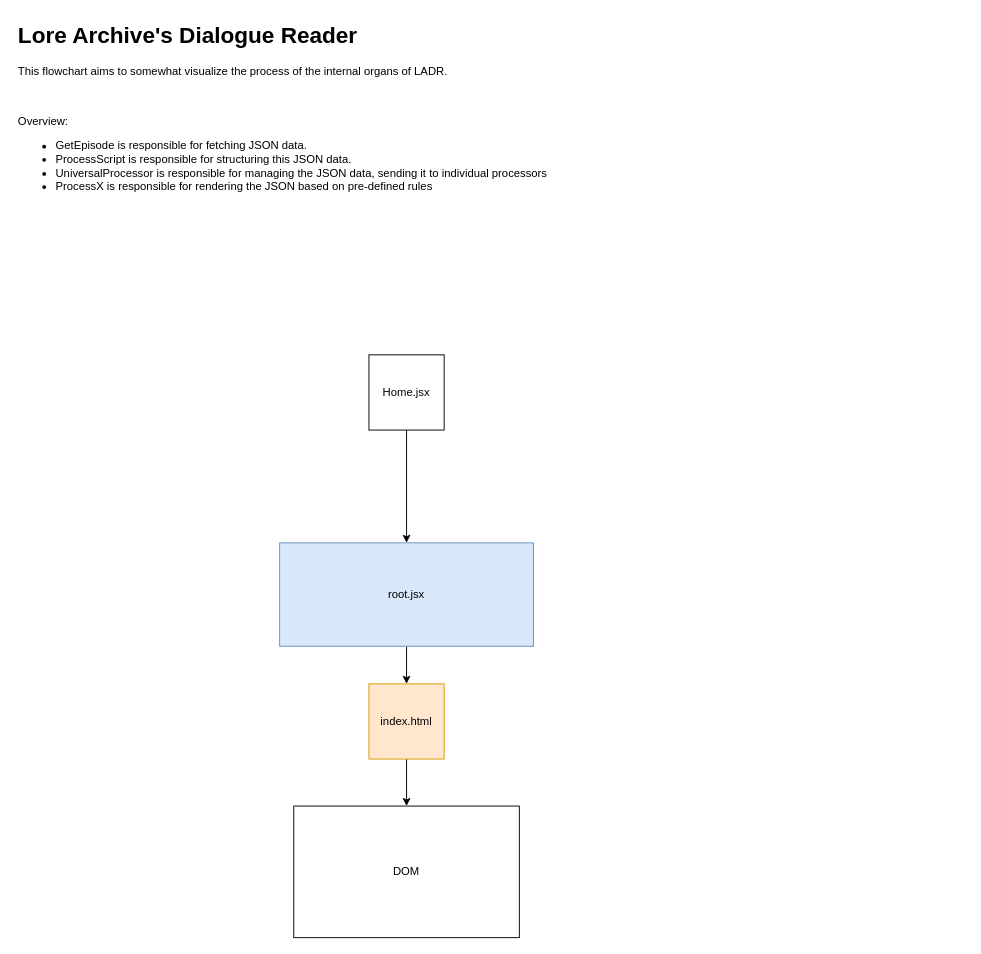
Above: ladr.drawio in Cirrow/ladr (draw.io), before the change. Source tidied: cells renumbered, new cells numbered last; positions are measured from the earlier drawing's top-left corner, leaving out a move shared by most shapes. Both pictures are drawn from the tidied source at 94%, with x=0, y=0 at pixel (16, 16). Pictures stored in the file or linked from it are replaced by grey dashed boxes.
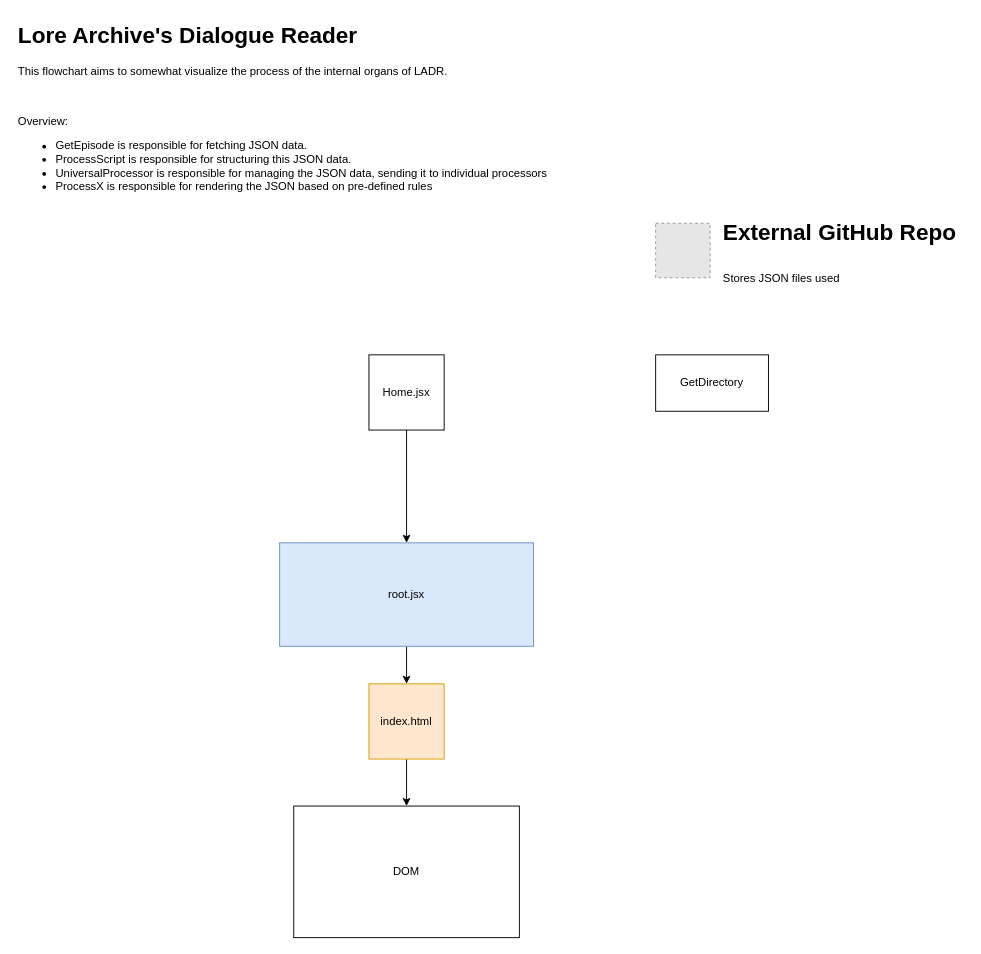
After the change.

Change to the diagram source:
```diff
@@
 <mxGraphModel>
   <root>
     <mxCell id="0" />
     <mxCell id="1" parent="0" />
     <mxCell id="2" value="&lt;h1 style=&quot;margin-top: 0px;&quot;&gt;Lore Archive's Dialogue Reader&lt;/h1&gt;&lt;p&gt;This flowchart aims to somewhat visualize the process of the internal organs of LADR.&lt;/p&gt;&lt;p&gt;&lt;br&gt;&lt;/p&gt;&lt;p&gt;Overview:&lt;/p&gt;&lt;p&gt;&lt;/p&gt;&lt;ul&gt;&lt;li&gt;GetEpisode is responsible for fetching JSON data.&lt;/li&gt;&lt;li&gt;ProcessScript is responsible for structuring this JSON data.&lt;/li&gt;&lt;li&gt;UniversalProcessor is responsible for managing the JSON data, sending it to individual processors&lt;/li&gt;&lt;li&gt;ProcessX is responsible for rendering the JSON based on pre-defined rules&lt;/li&gt;&lt;/ul&gt;&lt;p&gt;&lt;/p&gt;" style="text;html=1;whiteSpace=wrap;overflow=hidden;rounded=0;" parent="1" vertex="1">
       <mxGeometry width="590" height="220" as="geometry" />
     </mxCell>
     <mxCell id="3" value="DOM" style="rounded=0;whiteSpace=wrap;html=1;" parent="1" vertex="1">
       <mxGeometry x="295" y="840" width="240" height="140" as="geometry" />
     </mxCell>
     <mxCell id="4" style="edgeStyle=orthogonalEdgeStyle;rounded=0;jettySize=auto;html=1;exitX=0.5;exitY=1;exitDx=0;exitDy=0;entryX=0.5;entryY=0;entryDx=0;entryDy=0;" parent="1" edge="1" source="5" target="3">
       <mxGeometry relative="1" as="geometry" />
     </mxCell>
     <mxCell id="5" value="index.html" style="whiteSpace=wrap;html=1;fillColor=#ffe6cc;strokeColor=#d79b00;" parent="1" vertex="1">
       <mxGeometry x="375" y="710" width="80" height="80" as="geometry" />
     </mxCell>
     <mxCell id="6" style="edgeStyle=orthogonalEdgeStyle;rounded=0;jettySize=auto;html=1;" parent="1" edge="1" source="7" target="5">
       <mxGeometry relative="1" as="geometry" />
     </mxCell>
     <mxCell id="7" value="root.jsx" style="rounded=0;whiteSpace=wrap;html=1;fillColor=#dae8fc;strokeColor=#6c8ebf;" parent="1" vertex="1">
       <mxGeometry x="280" y="560" width="270" height="110" as="geometry" />
     </mxCell>
     <mxCell id="8" style="edgeStyle=orthogonalEdgeStyle;rounded=0;jettySize=auto;html=1;entryX=0.5;entryY=0;entryDx=0;entryDy=0;" parent="1" edge="1" source="9" target="7">
       <mxGeometry relative="1" as="geometry" />
     </mxCell>
     <mxCell id="9" value="Home.jsx" style="whiteSpace=wrap;html=1;" parent="1" vertex="1">
       <mxGeometry x="375" y="360" width="80" height="80" as="geometry" />
     </mxCell>
+    <mxCell id="10" style="fillColor=#E6E6E6;strokeColor=#999999;dashed=1;html=1;verticalAlign=top;verticalLabelPosition=bottom;labelBackgroundColor=#ffffff;" parent="1" vertex="1">
+      <mxGeometry x="680" y="220" width="58" height="58" as="geometry" />
+    </mxCell>
+    <mxCell id="11" value="&lt;h1 style=&quot;margin-top: 0px;&quot;&gt;&lt;span style=&quot;background-color: transparent; color: light-dark(rgb(0, 0, 0), rgb(255, 255, 255));&quot;&gt;External GitHub Repo&lt;/span&gt;&lt;/h1&gt;&lt;h1 style=&quot;margin-top: 0px;&quot;&gt;&lt;span style=&quot;background-color: transparent; color: light-dark(rgb(0, 0, 0), rgb(255, 255, 255)); font-size: 12px; font-weight: normal;&quot;&gt;Stores JSON files used&lt;/span&gt;&lt;/h1&gt;" style="text;html=1;whiteSpace=wrap;overflow=hidden;rounded=0;" parent="1" vertex="1">
+      <mxGeometry x="750" y="208.5" width="260" height="81" as="geometry" />
+    </mxCell>
+    <mxCell id="12" value="GetDirectory" style="rounded=0;whiteSpace=wrap;html=1;" parent="1" vertex="1">
+      <mxGeometry x="680" y="360" width="120" height="60" as="geometry" />
+    </mxCell>
   </root>
 </mxGraphModel>
```
